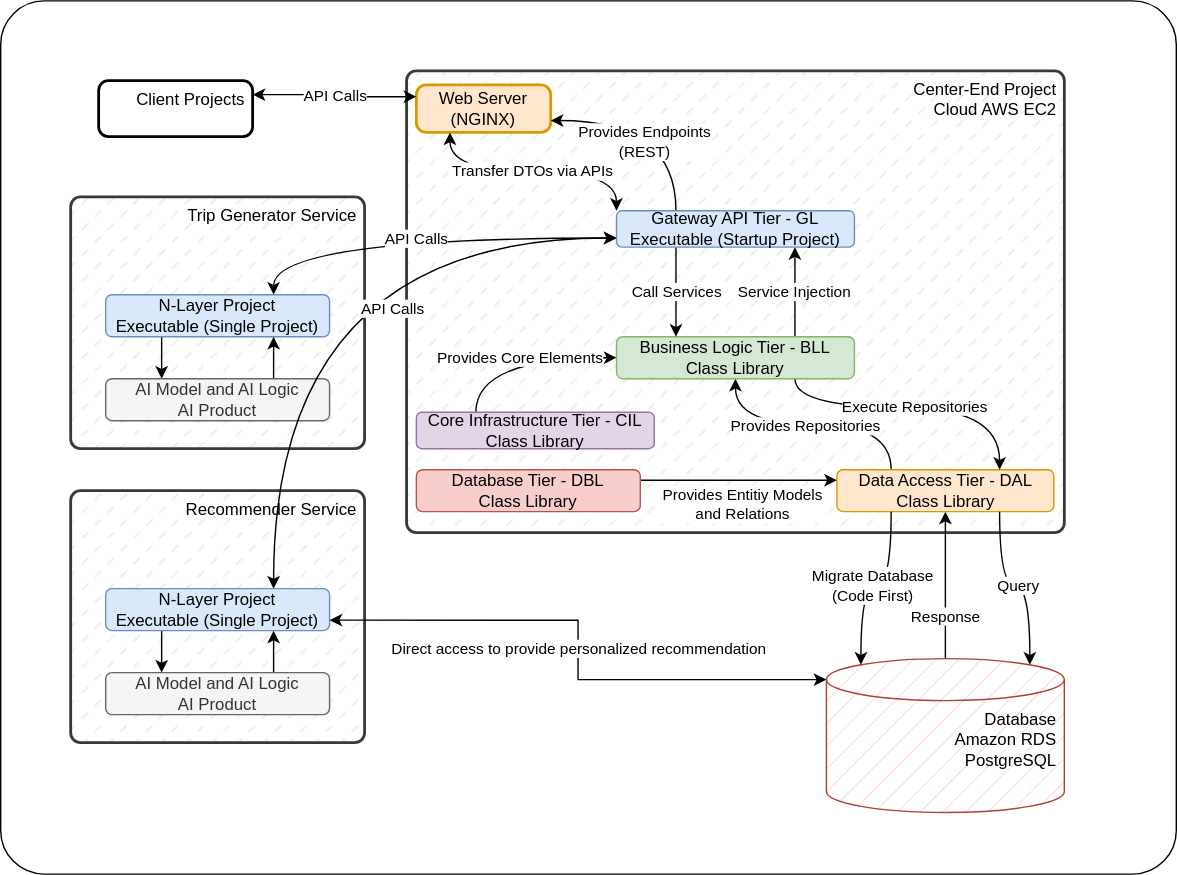
Above: software_architecture.svg in KahlerYasla/wayou-lt (draw.io), before the change. Source tidied: cells renumbered, new cells last; positions are measured from the earlier drawing's top-left corner, leaving out a move shared by most shapes.
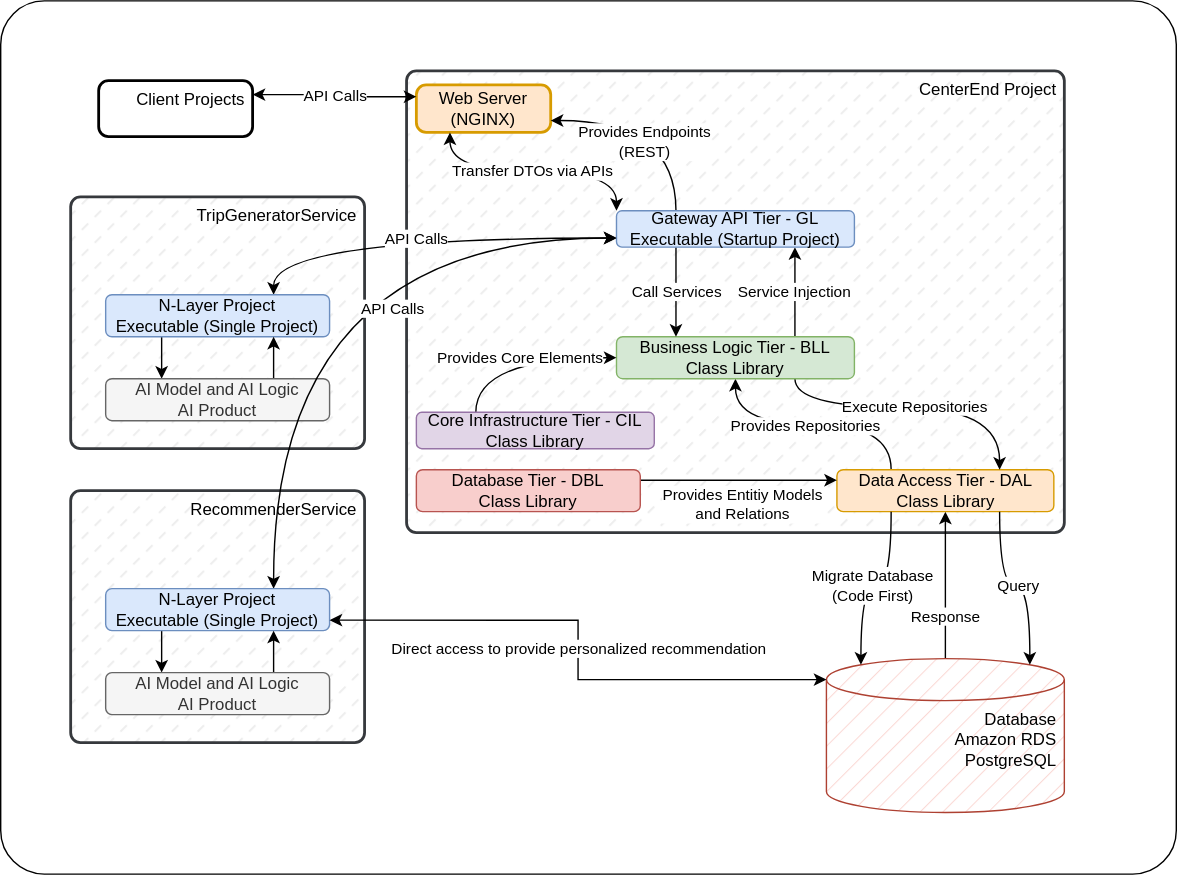
The same diagram one commit later.

Change to the diagram source:
```diff
@@ -8,7 +8,7 @@
     <mxCell id="3" value="Client Projects " style="rounded=1;absoluteArcSize=1;arcSize=14;whiteSpace=wrap;strokeWidth=2;align=right;verticalAlign=top;shadow=0;" parent="1" vertex="1">
       <mxGeometry x="70" y="57" width="110" height="40" as="geometry" />
     </mxCell>
-    <mxCell id="4" value="Center-End Project &#10;Cloud AWS EC2 " style="rounded=1;absoluteArcSize=1;arcSize=14;whiteSpace=wrap;strokeWidth=2;align=right;verticalAlign=top;fillStyle=dashed;fillColor=#eeeeee;strokeColor=#36393d;" parent="1" vertex="1">
+    <mxCell id="4" value="CenterEnd Project " style="rounded=1;absoluteArcSize=1;arcSize=14;whiteSpace=wrap;strokeWidth=2;align=right;verticalAlign=top;fillStyle=dashed;fillColor=#eeeeee;strokeColor=#36393d;" parent="1" vertex="1">
       <mxGeometry x="290" y="50" width="470" height="330" as="geometry" />
     </mxCell>
     <mxCell id="5" value="Web Server&#10;(NGINX)" style="rounded=1;absoluteArcSize=1;arcSize=14;whiteSpace=wrap;strokeWidth=2;fillColor=#ffe6cc;strokeColor=#d79b00;" parent="1" vertex="1">
@@ -20,7 +20,7 @@
     <mxCell id="7" value="Database&amp;nbsp;&lt;br style=&quot;border-color: var(--border-color); padding: 0px; margin: 0px;&quot;&gt;Amazon RDS&amp;nbsp;&lt;br&gt;&lt;div style=&quot;&quot;&gt;&lt;span style=&quot;background-color: initial;&quot;&gt;PostgreSQL&amp;nbsp;&lt;/span&gt;&lt;/div&gt;" style="shape=cylinder3;whiteSpace=wrap;html=1;boundedLbl=1;backgroundOutline=1;size=15;align=right;verticalAlign=top;fillColor=#fad9d5;strokeColor=#ae4132;fillStyle=hatch;" parent="1" vertex="1">
       <mxGeometry x="590" y="470" width="170" height="110" as="geometry" />
     </mxCell>
-    <mxCell id="8" value="Trip Generator Service " style="rounded=1;absoluteArcSize=1;arcSize=14;whiteSpace=wrap;strokeWidth=2;align=right;verticalAlign=top;fillStyle=dashed;fillColor=#eeeeee;strokeColor=#36393d;" parent="1" vertex="1">
+    <mxCell id="8" value="TripGeneratorService " style="rounded=1;absoluteArcSize=1;arcSize=14;whiteSpace=wrap;strokeWidth=2;align=right;verticalAlign=top;fillStyle=dashed;fillColor=#eeeeee;strokeColor=#36393d;" parent="1" vertex="1">
       <mxGeometry x="50" y="140" width="210" height="180" as="geometry" />
     </mxCell>
     <mxCell id="9" style="edgeStyle=orthogonalEdgeStyle;rounded=0;jettySize=auto;html=1;exitX=0.25;exitY=0;exitDx=0;exitDy=0;entryX=0.5;entryY=1;entryDx=0;entryDy=0;curved=1;" parent="1" edge="1" source="11" target="14">
@@ -100,7 +100,7 @@
     <mxCell id="30" value="Core Infrastructure Tier - CIL&lt;br&gt;Class Library" style="rounded=1;whiteSpace=wrap;html=1;fillColor=#e1d5e7;strokeColor=#9673a6;" parent="1" vertex="1">
       <mxGeometry x="297" y="294" width="170" height="26" as="geometry" />
     </mxCell>
-    <mxCell id="31" value="Recommender Service " style="rounded=1;absoluteArcSize=1;arcSize=14;whiteSpace=wrap;strokeWidth=2;align=right;verticalAlign=top;fillStyle=dashed;fillColor=#eeeeee;strokeColor=#36393d;" parent="1" vertex="1">
+    <mxCell id="31" value="RecommenderService " style="rounded=1;absoluteArcSize=1;arcSize=14;whiteSpace=wrap;strokeWidth=2;align=right;verticalAlign=top;fillStyle=dashed;fillColor=#eeeeee;strokeColor=#36393d;" parent="1" vertex="1">
       <mxGeometry x="50" y="350" width="210" height="180" as="geometry" />
     </mxCell>
     <mxCell id="32" style="edgeStyle=orthogonalEdgeStyle;rounded=0;jettySize=auto;html=1;exitX=0.25;exitY=1;exitDx=0;exitDy=0;entryX=0.25;entryY=0;entryDx=0;entryDy=0;" parent="1" edge="1" source="34" target="36">
```
